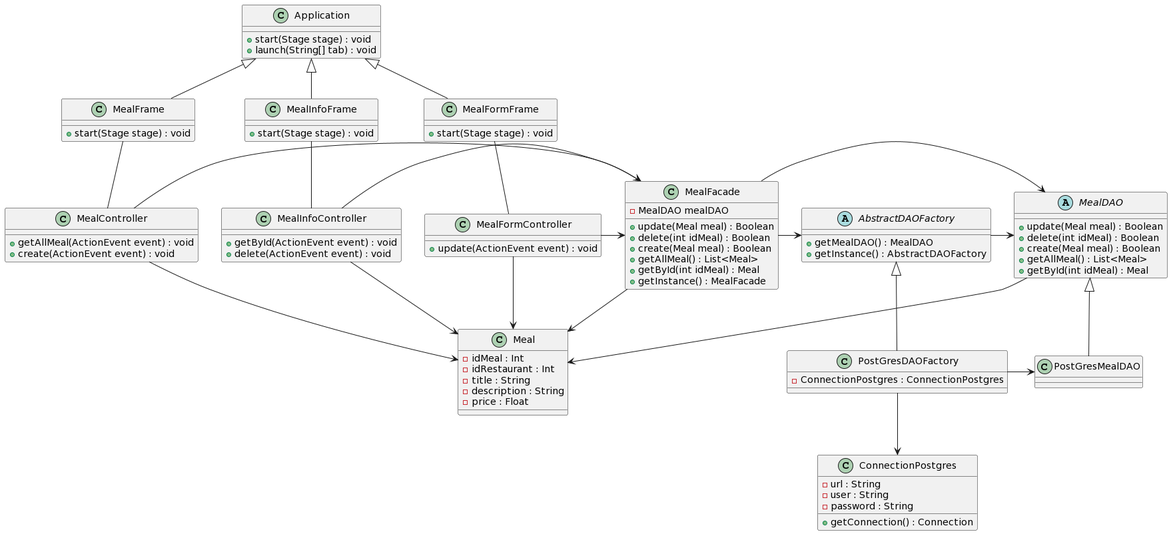
The PlantUML diagram diagrammes/Meal/class-diagram-meal.png in thmsfnr/Simplify, before a commit.
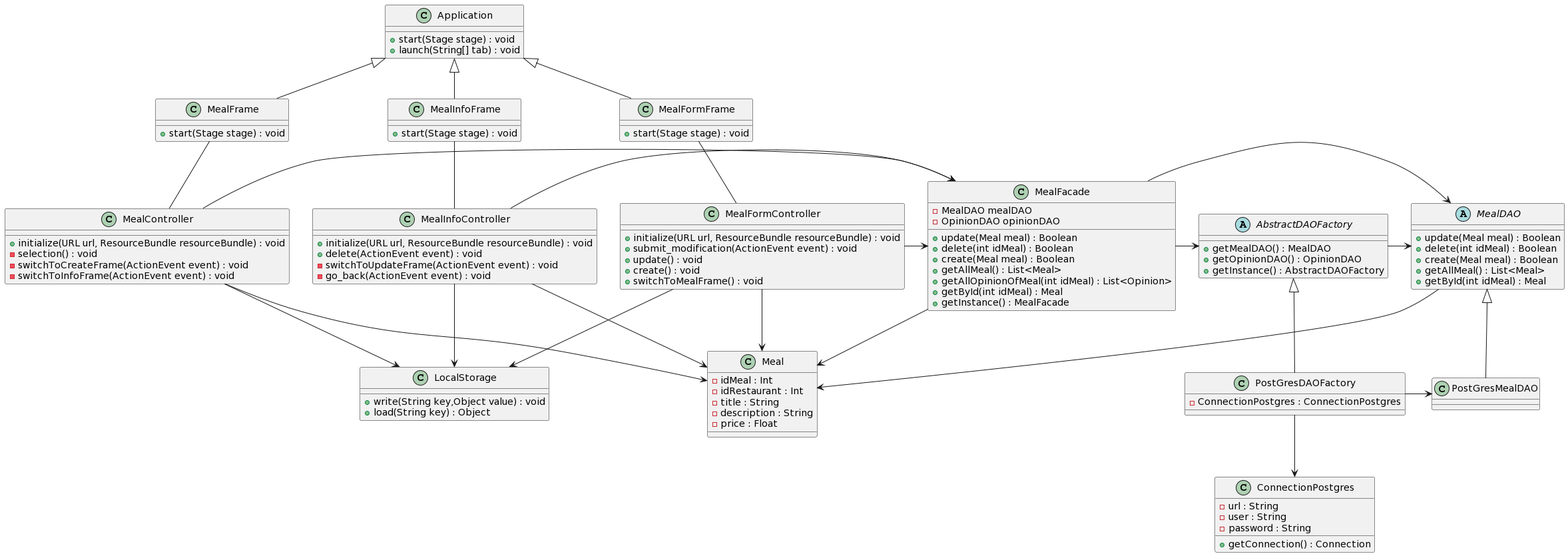
Above is the later version.

What changed in the source:
```diff
@@ -15,23 +15,33 @@
 }
 
 class MealController {
-  + getAllMeal(ActionEvent event) : void
-  + create(ActionEvent event) : void
+  + initialize(URL url, ResourceBundle resourceBundle) : void
+  - selection() : void
+  - switchToCreateFrame(ActionEvent event) : void
+  - switchToInfoFrame(ActionEvent event) : void
 }
 class MealInfoController {
-  + getById(ActionEvent event) : void
+  + initialize(URL url, ResourceBundle resourceBundle) : void
   + delete(ActionEvent event) : void
+  - switchToUpdateFrame(ActionEvent event) : void
+  - go_back(ActionEvent event) : void
 }
 class MealFormController {
-  + update(ActionEvent event) : void
+  + initialize(URL url, ResourceBundle resourceBundle) : void
+  + submit_modification(ActionEvent event) : void
+  + update() : void
+  + create() : void
+  + switchToMealFrame() : void
 }
 
 class MealFacade{
   - MealDAO mealDAO
+  - OpinionDAO opinionDAO
   + update(Meal meal) : Boolean
   + delete(int idMeal) : Boolean
   + create(Meal meal) : Boolean
   + getAllMeal() : List<Meal>
+  + getAllOpinionOfMeal(int idMeal) : List<Opinion>
   + getById(int idMeal) : Meal
   + getInstance() : MealFacade
 }
@@ -47,6 +57,7 @@
 
 abstract class AbstractDAOFactory{
   + getMealDAO() : MealDAO
+  + getOpinionDAO() : OpinionDAO
   + getInstance() : AbstractDAOFactory
 }
 
@@ -72,6 +83,10 @@
   + getConnection() : Connection
 }
 
+class LocalStorage{
+ + write(String key,Object value) : void
+ + load(String key) : Object
+}
 
 Application <|-- MealFrame
 Application <|-- MealFormFrame
@@ -83,6 +98,11 @@
 MealInfoController -> Meal
 MealFormController -> MealFacade
 MealFormController -> Meal
+
+MealController --> LocalStorage
+MealInfoController --> LocalStorage
+MealFormController --> LocalStorage
+
 
 MealFormFrame -- MealFormController
 MealInfoFrame -- MealInfoController
```
